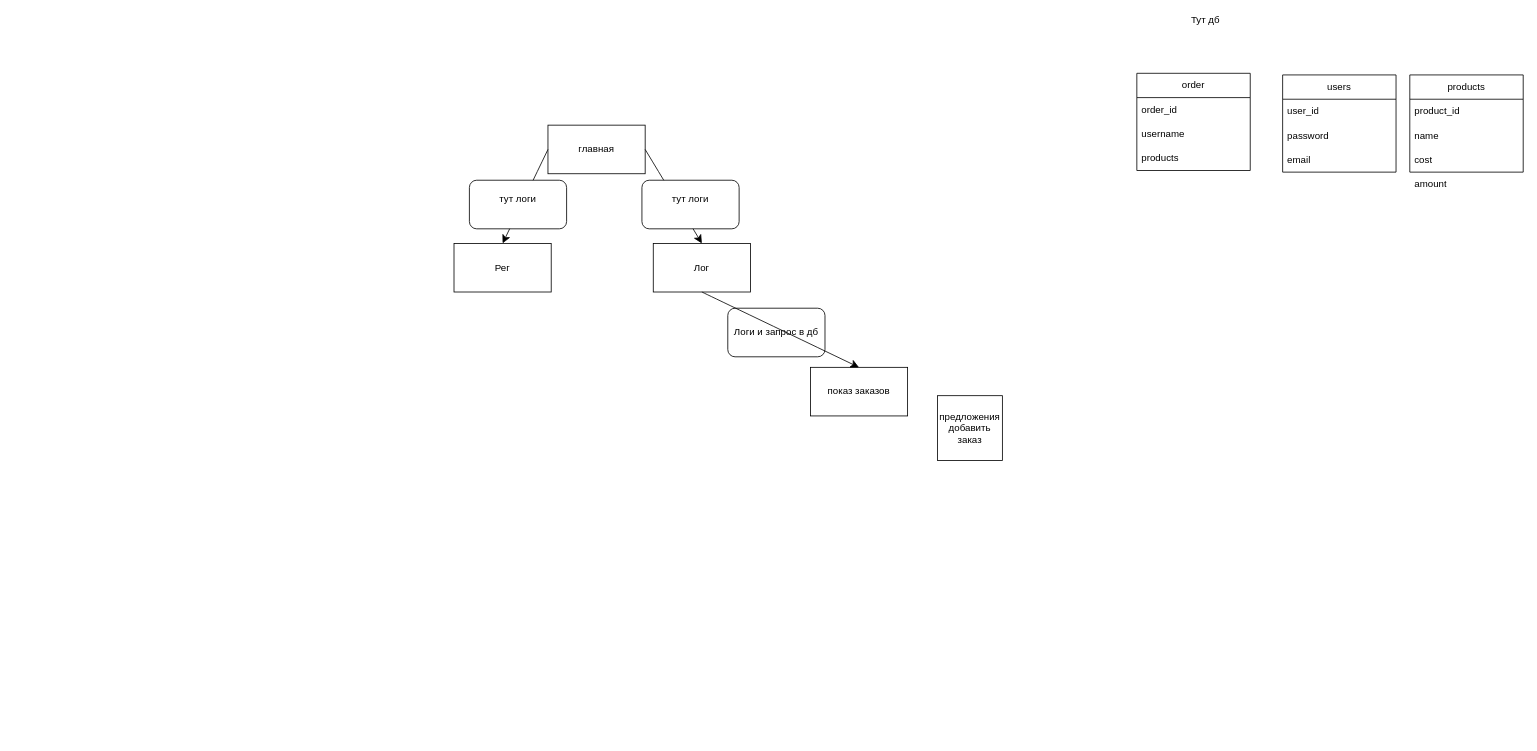
The draw.io diagram Road_map/Диаграмма без названия.drawio in Froo-tech/Pizza_django, before the edit. Source tidied: cells renumbered, new cells numbered last; positions are measured from the earlier drawing's top-left corner, leaving out a move shared by most shapes. Both pictures are drawn from the tidied source at 81%, with x=0, y=0 at pixel (454, 14).
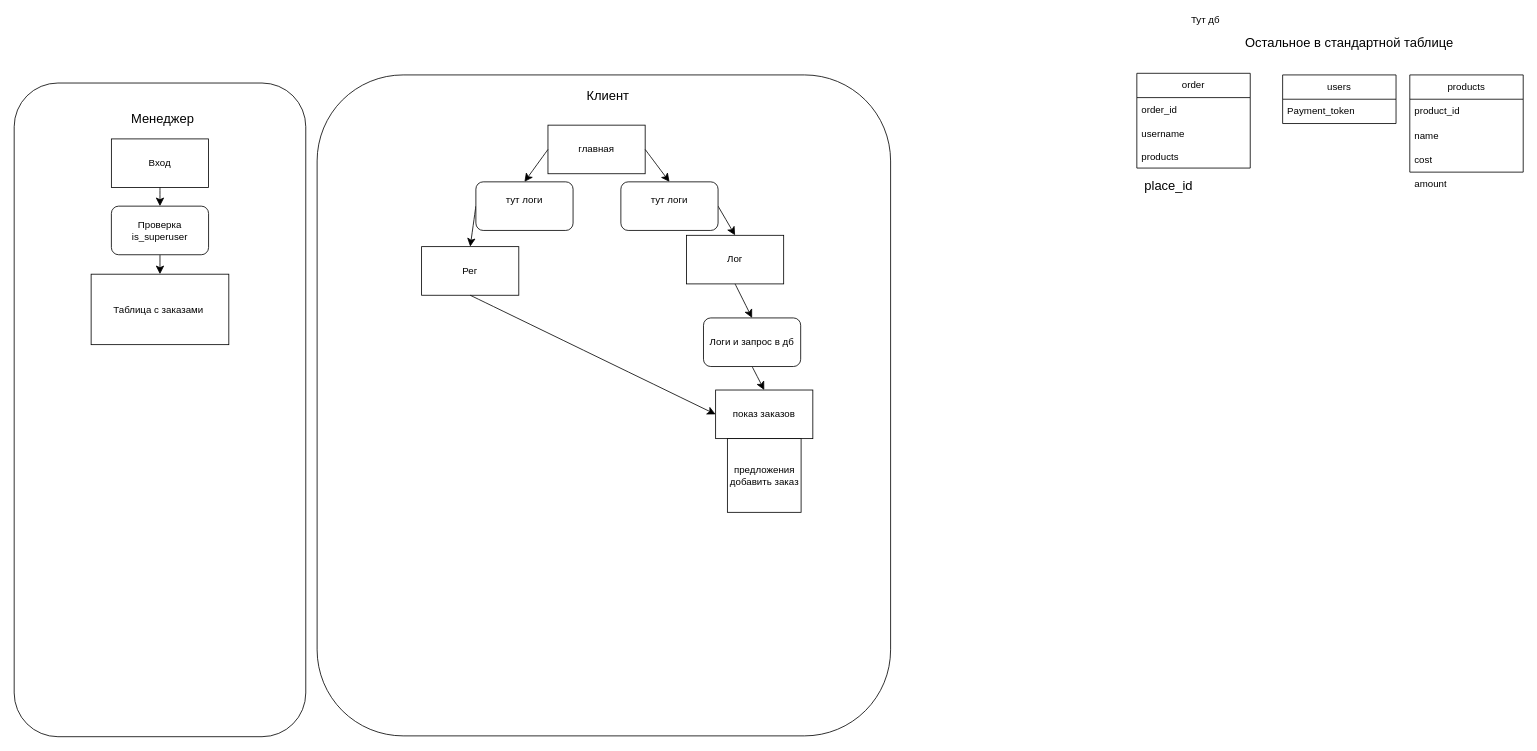
Above is the later version.

Unchanged cells that the change refers to:
```xml
<mxCell id="2" value="главная" style="rounded=0;whiteSpace=wrap;html=1;" parent="1" vertex="1">
  <mxGeometry x="116" y="137" width="120" height="60" as="geometry" />
</mxCell>
```

What changed in the source:
```diff
@@
+    <mxCell id="27" style="rounded=1;whiteSpace=wrap;html=1;" parent="1" vertex="1">
+      <mxGeometry x="-169" y="75" width="708" height="816" as="geometry" />
+    </mxCell>
@@
     <mxCell id="3" value="Лог" style="rounded=0;whiteSpace=wrap;html=1;" parent="1" vertex="1">
-      <mxGeometry x="246" y="283" width="120" height="60" as="geometry" />
+      <mxGeometry x="287" y="273" width="120" height="60" as="geometry" />
     </mxCell>
     <mxCell id="4" value="Рег" style="rounded=0;whiteSpace=wrap;html=1;" parent="1" vertex="1">
-      <mxGeometry y="283" width="120" height="60" as="geometry" />
+      <mxGeometry x="-40" y="287" width="120" height="60" as="geometry" />
     </mxCell>
-    <mxCell id="5" style="endArrow=classic;html=1;rounded=0;fontSize=12;startSize=8;endSize=8;curved=1;entryX=0.5;entryY=0;entryDx=0;entryDy=0;exitX=0;exitY=0.5;exitDx=0;exitDy=0;" parent="1" edge="1" source="2" target="4">
+    <mxCell id="5" style="endArrow=classic;html=1;rounded=0;fontSize=12;startSize=8;endSize=8;curved=1;entryX=0.5;entryY=0;entryDx=0;entryDy=0;exitX=0;exitY=0.5;exitDx=0;exitDy=0;" parent="1" edge="1" source="7" target="4">
       <mxGeometry relative="1" as="geometry" />
     </mxCell>
-    <mxCell id="6" style="endArrow=classic;html=1;rounded=0;fontSize=12;startSize=8;endSize=8;curved=1;entryX=0.5;entryY=0;entryDx=0;entryDy=0;exitX=1;exitY=0.5;exitDx=0;exitDy=0;" parent="1" edge="1" source="2" target="3">
+    <mxCell id="6" style="endArrow=classic;html=1;rounded=0;fontSize=12;startSize=8;endSize=8;curved=1;entryX=0.5;entryY=0;entryDx=0;entryDy=0;exitX=1;exitY=0.5;exitDx=0;exitDy=0;" parent="1" edge="1" source="8" target="3">
       <mxGeometry relative="1" as="geometry" />
     </mxCell>
-    <mxCell id="7" value="тут логи&lt;div&gt;&lt;br&gt;&lt;/div&gt;" style="rounded=1;whiteSpace=wrap;html=1;" parent="1" vertex="1">
-      <mxGeometry x="19" y="205" width="120" height="60" as="geometry" />
-    </mxCell>
-    <mxCell id="8" value="тут логи&lt;div&gt;&lt;br&gt;&lt;/div&gt;" style="rounded=1;whiteSpace=wrap;html=1;" parent="1" vertex="1">
-      <mxGeometry x="232" y="205" width="120" height="60" as="geometry" />
-    </mxCell>
     <mxCell id="9" value="показ заказов" style="rounded=0;whiteSpace=wrap;html=1;" parent="1" vertex="1">
-      <mxGeometry x="440" y="436" width="120" height="60" as="geometry" />
+      <mxGeometry x="323" y="464" width="120" height="60" as="geometry" />
     </mxCell>
-    <mxCell id="10" value="Логи и запрос в дб" style="rounded=1;whiteSpace=wrap;html=1;" parent="1" vertex="1">
-      <mxGeometry x="338" y="363" width="120" height="60" as="geometry" />
-    </mxCell>
     <mxCell id="11" value="предложения добавить заказ" style="whiteSpace=wrap;html=1;" parent="1" vertex="1">
-      <mxGeometry x="597" y="471" width="80" height="80" as="geometry" />
+      <mxGeometry x="337.5" y="524" width="91" height="91" as="geometry" />
     </mxCell>
-    <mxCell id="12" style="endArrow=classic;html=1;rounded=0;fontSize=12;startSize=8;endSize=8;curved=1;exitX=0.5;exitY=1;exitDx=0;exitDy=0;entryX=0.5;entryY=0;entryDx=0;entryDy=0;" parent="1" edge="1" source="3" target="9">
+    <mxCell id="12" style="endArrow=classic;html=1;rounded=0;fontSize=12;startSize=8;endSize=8;curved=1;exitX=0.5;exitY=1;exitDx=0;exitDy=0;entryX=0.5;entryY=0;entryDx=0;entryDy=0;" parent="1" edge="1" source="10" target="9">
       <mxGeometry relative="1" as="geometry" />
     </mxCell>
     <mxCell id="13" value="order" style="swimlane;fontStyle=0;horizontal=1;startSize=30;whiteSpace=wrap;html=1;" parent="1" vertex="1">
-      <mxGeometry x="843" y="73" width="140" height="120" as="geometry" />
+      <mxGeometry x="843" y="73" width="140" height="117" as="geometry" />
     </mxCell>
@@
     <mxCell id="16" value="products" style="text;strokeColor=none;fillColor=none;align=left;verticalAlign=middle;spacingLeft=4;spacingRight=4;overflow=hidden;whiteSpace=wrap;html=1;" parent="13" vertex="1">
-      <mxGeometry y="90" width="140" height="30" as="geometry" />
+      <mxGeometry y="90" width="140" height="27" as="geometry" />
     </mxCell>
@@
     <mxCell id="18" value="users" style="swimlane;fontStyle=0;horizontal=1;startSize=30;whiteSpace=wrap;html=1;" parent="1" vertex="1">
-      <mxGeometry x="1023" y="75" width="140" height="120" as="geometry" />
+      <mxGeometry x="1023" y="75" width="140" height="60" as="geometry" />
     </mxCell>
-    <mxCell id="19" value="user_id" style="text;strokeColor=none;fillColor=none;align=left;verticalAlign=middle;spacingLeft=4;spacingRight=4;overflow=hidden;whiteSpace=wrap;html=1;" parent="18" vertex="1">
-      <mxGeometry y="30" width="140" height="30" as="geometry" />
-    </mxCell>
-    <mxCell id="20" value="password" style="text;strokeColor=none;fillColor=none;align=left;verticalAlign=middle;spacingLeft=4;spacingRight=4;overflow=hidden;whiteSpace=wrap;html=1;" parent="18" vertex="1">
-      <mxGeometry y="60" width="140" height="30" as="geometry" />
+    <mxCell id="20" value="Payment_token" style="text;strokeColor=none;fillColor=none;align=left;verticalAlign=middle;spacingLeft=4;spacingRight=4;overflow=hidden;whiteSpace=wrap;html=1;" parent="18" vertex="1">
+      <mxGeometry y="30" width="140" height="30" as="geometry" />
     </mxCell>
-    <mxCell id="21" value="email" style="text;strokeColor=none;fillColor=none;align=left;verticalAlign=middle;spacingLeft=4;spacingRight=4;overflow=hidden;whiteSpace=wrap;html=1;" parent="18" vertex="1">
-      <mxGeometry y="90" width="140" height="30" as="geometry" />
-    </mxCell>
@@
+    <mxCell id="28" style="endArrow=classic;html=1;rounded=0;fontSize=12;startSize=8;endSize=8;curved=1;exitX=0.5;exitY=1;exitDx=0;exitDy=0;entryX=0.5;entryY=0;entryDx=0;entryDy=0;" parent="1" edge="1" source="3" target="10">
+      <mxGeometry relative="1" as="geometry" />
+    </mxCell>
+    <mxCell id="10" value="Логи и запрос в дб" style="rounded=1;whiteSpace=wrap;html=1;" parent="1" vertex="1">
+      <mxGeometry x="308" y="375" width="120" height="60" as="geometry" />
+    </mxCell>
+    <mxCell id="29" style="endArrow=classic;html=1;rounded=0;fontSize=12;startSize=8;endSize=8;curved=1;entryX=0.5;entryY=0;entryDx=0;entryDy=0;exitX=1;exitY=0.5;exitDx=0;exitDy=0;" parent="1" edge="1" source="2" target="8">
+      <mxGeometry relative="1" as="geometry" />
+    </mxCell>
+    <mxCell id="8" value="тут логи&lt;div&gt;&lt;br&gt;&lt;/div&gt;" style="rounded=1;whiteSpace=wrap;html=1;" parent="1" vertex="1">
+      <mxGeometry x="206" y="207" width="120" height="60" as="geometry" />
+    </mxCell>
+    <mxCell id="30" style="endArrow=classic;html=1;rounded=0;fontSize=12;startSize=8;endSize=8;curved=1;entryX=0.5;entryY=0;entryDx=0;entryDy=0;exitX=0;exitY=0.5;exitDx=0;exitDy=0;" parent="1" edge="1" source="2" target="7">
+      <mxGeometry relative="1" as="geometry" />
+    </mxCell>
+    <mxCell id="7" value="тут логи&lt;div&gt;&lt;br&gt;&lt;/div&gt;" style="rounded=1;whiteSpace=wrap;html=1;" parent="1" vertex="1">
+      <mxGeometry x="27" y="207" width="120" height="60" as="geometry" />
+    </mxCell>
+    <mxCell id="31" value="Клиент&amp;nbsp;" style="text;html=1;align=center;verticalAlign=middle;strokeColor=none;fillColor=none;fontSize=16;" parent="1" vertex="1">
+      <mxGeometry x="153" y="85" width="77" height="31" as="geometry" />
+    </mxCell>
+    <mxCell id="32" style="group;" parent="1" vertex="1">
+      <mxGeometry x="-540" y="85" width="360" height="807" as="geometry" />
+    </mxCell>
+    <mxCell id="33" style="rounded=1;whiteSpace=wrap;html=1;" parent="32" vertex="1">
+      <mxGeometry x="-3" width="360" height="807" as="geometry" />
+    </mxCell>
+    <mxCell id="34" value="Таблица с заказами&amp;nbsp;" style="whiteSpace=wrap;html=1;" parent="32" vertex="1">
+      <mxGeometry x="92" y="236" width="170" height="87" as="geometry" />
+    </mxCell>
+    <mxCell id="35" value="Менеджер" style="text;html=1;align=center;verticalAlign=middle;strokeColor=none;fillColor=none;fontSize=16;" parent="32" vertex="1">
+      <mxGeometry x="131" y="28" width="98" height="31" as="geometry" />
+    </mxCell>
+    <mxCell id="36" value="Вход" style="whiteSpace=wrap;html=1;" parent="32" vertex="1">
+      <mxGeometry x="117" y="69" width="120" height="60" as="geometry" />
+    </mxCell>
+    <mxCell id="37" style="edgeStyle=none;jettySize=auto;html=1;rounded=0;fontSize=12;startSize=8;endSize=8;curved=1;exitX=0.5;exitY=1;exitDx=0;exitDy=0;" parent="32" edge="1" source="38" target="34">
+      <mxGeometry relative="1" as="geometry" />
+    </mxCell>
+    <mxCell id="38" value="Проверка is_superuser" style="rounded=1;whiteSpace=wrap;html=1;" parent="32" vertex="1">
+      <mxGeometry x="117" y="152" width="120" height="60" as="geometry" />
+    </mxCell>
+    <mxCell id="39" style="edgeStyle=none;jettySize=auto;html=1;rounded=0;fontSize=12;startSize=8;endSize=8;curved=1;exitX=0.5;exitY=1;exitDx=0;exitDy=0;" parent="32" edge="1" source="36" target="38">
+      <mxGeometry relative="1" as="geometry" />
+    </mxCell>
+    <mxCell id="40" value="place_id" style="text;html=1;align=center;verticalAlign=middle;strokeColor=none;fillColor=none;fontSize=16;" parent="1" vertex="1">
+      <mxGeometry x="843" y="195" width="78" height="31" as="geometry" />
+    </mxCell>
+    <mxCell id="41" value="Остальное в стандартной таблице" style="text;html=1;align=center;verticalAlign=middle;strokeColor=none;fillColor=none;fontSize=16;" parent="1" vertex="1">
+      <mxGeometry x="965" y="19" width="280" height="31" as="geometry" />
+    </mxCell>
+    <mxCell id="42" style="edgeStyle=none;jettySize=auto;html=1;rounded=0;fontSize=12;startSize=8;endSize=8;curved=1;exitX=0.5;exitY=1;exitDx=0;exitDy=0;entryX=0;entryY=0.5;entryDx=0;entryDy=0;" parent="1" edge="1" source="4" target="9">
+      <mxGeometry relative="1" as="geometry" />
+    </mxCell>
```
